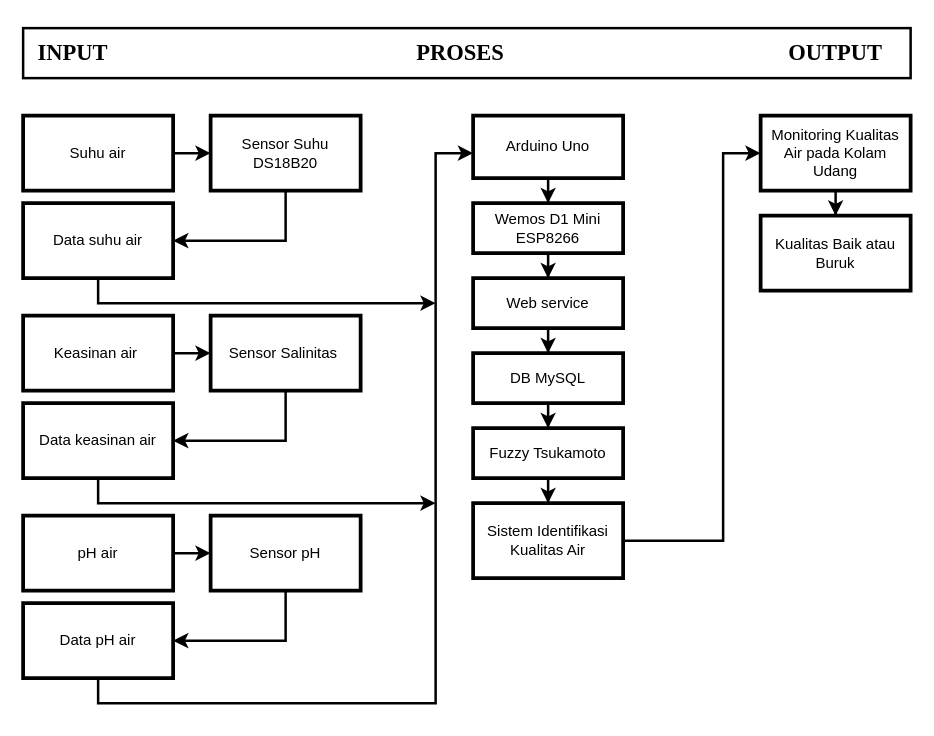
Above: Untitled Diagram.drawio in YogabayuW/flowchart-proposal (draw.io), before the change. Source tidied: cells renumbered, new cells numbered last; positions are measured from the earlier drawing's top-left corner, leaving out a move shared by most shapes. Both pictures are drawn from the tidied source at 125%, with x=0, y=0 at pixel (22, 28).
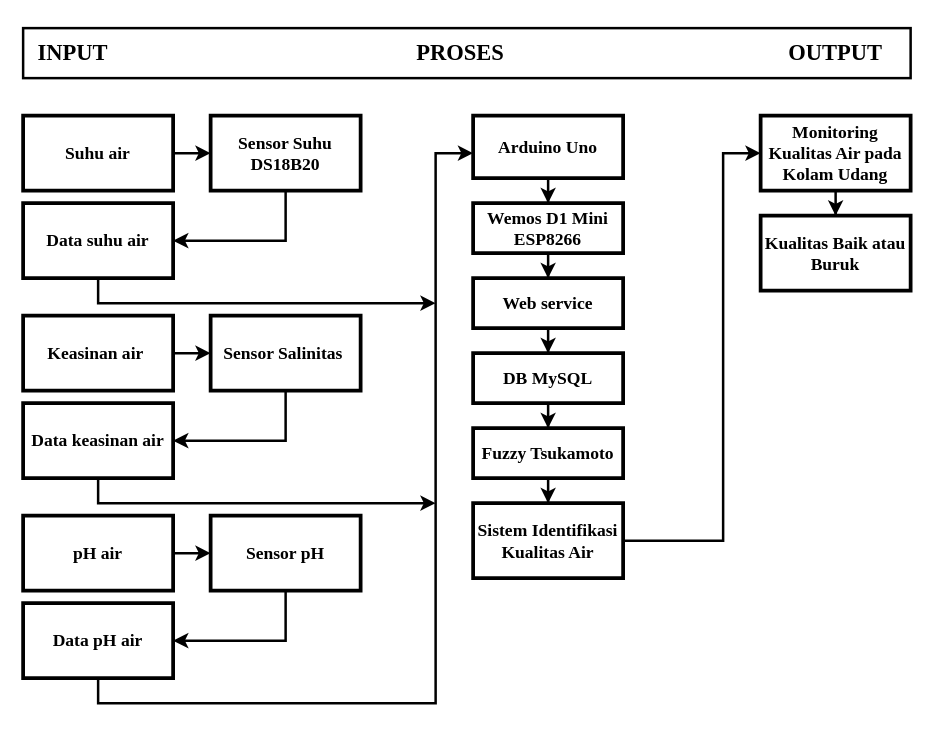
Above is the later version.

The edit, as a diff of the source:
```diff
@@
-    <mxCell id="7" value="Suhu air" style="rounded=0;whiteSpace=wrap;html=1;strokeWidth=3;" parent="1" vertex="1">
+    <mxCell id="7" value="&lt;h3&gt;&lt;font face=&quot;Times New Roman&quot;&gt;Suhu air&lt;/font&gt;&lt;/h3&gt;" style="rounded=0;whiteSpace=wrap;html=1;strokeWidth=3;" parent="1" vertex="1">
       <mxGeometry y="70" width="120" height="60" as="geometry" />
     </mxCell>
@@
-    <mxCell id="9" value="Sensor Suhu DS18B20" style="rounded=0;whiteSpace=wrap;html=1;strokeWidth=3;" parent="1" vertex="1">
+    <mxCell id="9" value="&lt;h3&gt;&lt;font face=&quot;Times New Roman&quot;&gt;Sensor Suhu DS18B20&lt;/font&gt;&lt;/h3&gt;" style="rounded=0;whiteSpace=wrap;html=1;strokeWidth=3;" parent="1" vertex="1">
       <mxGeometry x="150" y="70" width="120" height="60" as="geometry" />
     </mxCell>
@@
-    <mxCell id="11" value="Data suhu air" style="rounded=0;whiteSpace=wrap;html=1;strokeWidth=3;" parent="1" vertex="1">
+    <mxCell id="11" value="&lt;h3&gt;&lt;font face=&quot;Times New Roman&quot;&gt;Data suhu air&lt;/font&gt;&lt;/h3&gt;" style="rounded=0;whiteSpace=wrap;html=1;strokeWidth=3;" parent="1" vertex="1">
       <mxGeometry y="140" width="120" height="60" as="geometry" />
     </mxCell>
@@
-    <mxCell id="13" value="Keasinan air&amp;nbsp;" style="rounded=0;whiteSpace=wrap;html=1;strokeWidth=3;" parent="1" vertex="1">
+    <mxCell id="13" value="&lt;h3&gt;&lt;font face=&quot;Times New Roman&quot;&gt;Keasinan air&amp;nbsp;&lt;/font&gt;&lt;/h3&gt;" style="rounded=0;whiteSpace=wrap;html=1;strokeWidth=3;" parent="1" vertex="1">
       <mxGeometry y="230" width="120" height="60" as="geometry" />
     </mxCell>
@@
-    <mxCell id="15" value="Sensor Salinitas&amp;nbsp;" style="rounded=0;whiteSpace=wrap;html=1;strokeWidth=3;" parent="1" vertex="1">
+    <mxCell id="15" value="&lt;h3&gt;&lt;font face=&quot;Times New Roman&quot;&gt;Sensor Salinitas&amp;nbsp;&lt;/font&gt;&lt;/h3&gt;" style="rounded=0;whiteSpace=wrap;html=1;strokeWidth=3;" parent="1" vertex="1">
       <mxGeometry x="150" y="230" width="120" height="60" as="geometry" />
     </mxCell>
@@
-    <mxCell id="17" value="Data keasinan air" style="rounded=0;whiteSpace=wrap;html=1;strokeWidth=3;" parent="1" vertex="1">
+    <mxCell id="17" value="&lt;h3&gt;&lt;font face=&quot;Times New Roman&quot;&gt;Data keasinan air&lt;/font&gt;&lt;/h3&gt;" style="rounded=0;whiteSpace=wrap;html=1;strokeWidth=3;" parent="1" vertex="1">
       <mxGeometry y="300" width="120" height="60" as="geometry" />
     </mxCell>
-    <mxCell id="18" value="pH air" style="rounded=0;whiteSpace=wrap;html=1;strokeWidth=3;" parent="1" vertex="1">
+    <mxCell id="18" value="&lt;h3&gt;&lt;font face=&quot;Times New Roman&quot;&gt;pH air&lt;/font&gt;&lt;/h3&gt;" style="rounded=0;whiteSpace=wrap;html=1;strokeWidth=3;" parent="1" vertex="1">
       <mxGeometry y="390" width="120" height="60" as="geometry" />
     </mxCell>
@@
-    <mxCell id="20" value="Sensor pH" style="rounded=0;whiteSpace=wrap;html=1;strokeWidth=3;" parent="1" vertex="1">
+    <mxCell id="20" value="&lt;h3&gt;&lt;font face=&quot;Times New Roman&quot;&gt;Sensor pH&lt;/font&gt;&lt;/h3&gt;" style="rounded=0;whiteSpace=wrap;html=1;strokeWidth=3;" parent="1" vertex="1">
       <mxGeometry x="150" y="390" width="120" height="60" as="geometry" />
     </mxCell>
@@
-    <mxCell id="23" value="Data pH air" style="rounded=0;whiteSpace=wrap;html=1;strokeWidth=3;" parent="1" vertex="1">
+    <mxCell id="23" value="&lt;h3&gt;&lt;font face=&quot;Times New Roman&quot;&gt;Data pH air&lt;/font&gt;&lt;/h3&gt;" style="rounded=0;whiteSpace=wrap;html=1;strokeWidth=3;" parent="1" vertex="1">
       <mxGeometry y="460" width="120" height="60" as="geometry" />
     </mxCell>
@@
-    <mxCell id="25" value="Arduino Uno" style="rounded=0;whiteSpace=wrap;html=1;strokeWidth=3;" parent="1" vertex="1">
+    <mxCell id="25" value="&lt;h3&gt;&lt;font face=&quot;Times New Roman&quot;&gt;Arduino Uno&lt;/font&gt;&lt;/h3&gt;" style="rounded=0;whiteSpace=wrap;html=1;strokeWidth=3;" parent="1" vertex="1">
       <mxGeometry x="360" y="70" width="120" height="50" as="geometry" />
     </mxCell>
@@
-    <mxCell id="27" value="Wemos D1 Mini ESP8266" style="rounded=0;whiteSpace=wrap;html=1;strokeWidth=3;" parent="1" vertex="1">
+    <mxCell id="27" value="&lt;h3&gt;&lt;font face=&quot;Times New Roman&quot;&gt;Wemos D1 Mini ESP8266&lt;/font&gt;&lt;/h3&gt;" style="rounded=0;whiteSpace=wrap;html=1;strokeWidth=3;" parent="1" vertex="1">
       <mxGeometry x="360" y="140" width="120" height="40" as="geometry" />
     </mxCell>
@@
-    <mxCell id="29" value="Web service" style="rounded=0;whiteSpace=wrap;html=1;strokeWidth=3;" parent="1" vertex="1">
+    <mxCell id="29" value="&lt;h3&gt;&lt;font face=&quot;Times New Roman&quot;&gt;Web service&lt;/font&gt;&lt;/h3&gt;" style="rounded=0;whiteSpace=wrap;html=1;strokeWidth=3;" parent="1" vertex="1">
       <mxGeometry x="360" y="200" width="120" height="40" as="geometry" />
     </mxCell>
@@
-    <mxCell id="31" value="DB MySQL" style="rounded=0;whiteSpace=wrap;html=1;strokeWidth=3;" parent="1" vertex="1">
+    <mxCell id="31" value="&lt;h3&gt;&lt;font face=&quot;Times New Roman&quot;&gt;DB MySQL&lt;/font&gt;&lt;/h3&gt;" style="rounded=0;whiteSpace=wrap;html=1;strokeWidth=3;" parent="1" vertex="1">
       <mxGeometry x="360" y="260" width="120" height="40" as="geometry" />
     </mxCell>
@@
-    <mxCell id="33" value="Fuzzy Tsukamoto" style="rounded=0;whiteSpace=wrap;html=1;strokeWidth=3;" parent="1" vertex="1">
+    <mxCell id="33" value="&lt;h3&gt;&lt;font face=&quot;Times New Roman&quot;&gt;Fuzzy Tsukamoto&lt;/font&gt;&lt;/h3&gt;" style="rounded=0;whiteSpace=wrap;html=1;strokeWidth=3;" parent="1" vertex="1">
       <mxGeometry x="360" y="320" width="120" height="40" as="geometry" />
     </mxCell>
@@
-    <mxCell id="35" value="Sistem Identifikasi Kualitas Air" style="rounded=0;whiteSpace=wrap;html=1;strokeWidth=3;" parent="1" vertex="1">
+    <mxCell id="35" value="&lt;h3&gt;&lt;font face=&quot;Times New Roman&quot;&gt;Sistem Identifikasi Kualitas Air&lt;/font&gt;&lt;/h3&gt;" style="rounded=0;whiteSpace=wrap;html=1;strokeWidth=3;" parent="1" vertex="1">
       <mxGeometry x="360" y="380" width="120" height="60" as="geometry" />
     </mxCell>
@@
-    <mxCell id="37" value="Monitoring Kualitas Air pada Kolam Udang" style="rounded=0;whiteSpace=wrap;html=1;strokeWidth=3;" parent="1" vertex="1">
+    <mxCell id="37" value="&lt;h3&gt;&lt;font face=&quot;Times New Roman&quot;&gt;Monitoring Kualitas Air pada Kolam Udang&lt;/font&gt;&lt;/h3&gt;" style="rounded=0;whiteSpace=wrap;html=1;strokeWidth=3;" parent="1" vertex="1">
       <mxGeometry x="590" y="70" width="120" height="60" as="geometry" />
     </mxCell>
-    <mxCell id="38" value="Kualitas Baik atau Buruk" style="rounded=0;whiteSpace=wrap;html=1;strokeWidth=3;" parent="1" vertex="1">
+    <mxCell id="38" value="&lt;h3&gt;&lt;font face=&quot;Times New Roman&quot;&gt;Kualitas Baik atau Buruk&lt;/font&gt;&lt;/h3&gt;" style="rounded=0;whiteSpace=wrap;html=1;strokeWidth=3;" parent="1" vertex="1">
       <mxGeometry x="590" y="150" width="120" height="60" as="geometry" />
     </mxCell>
```
